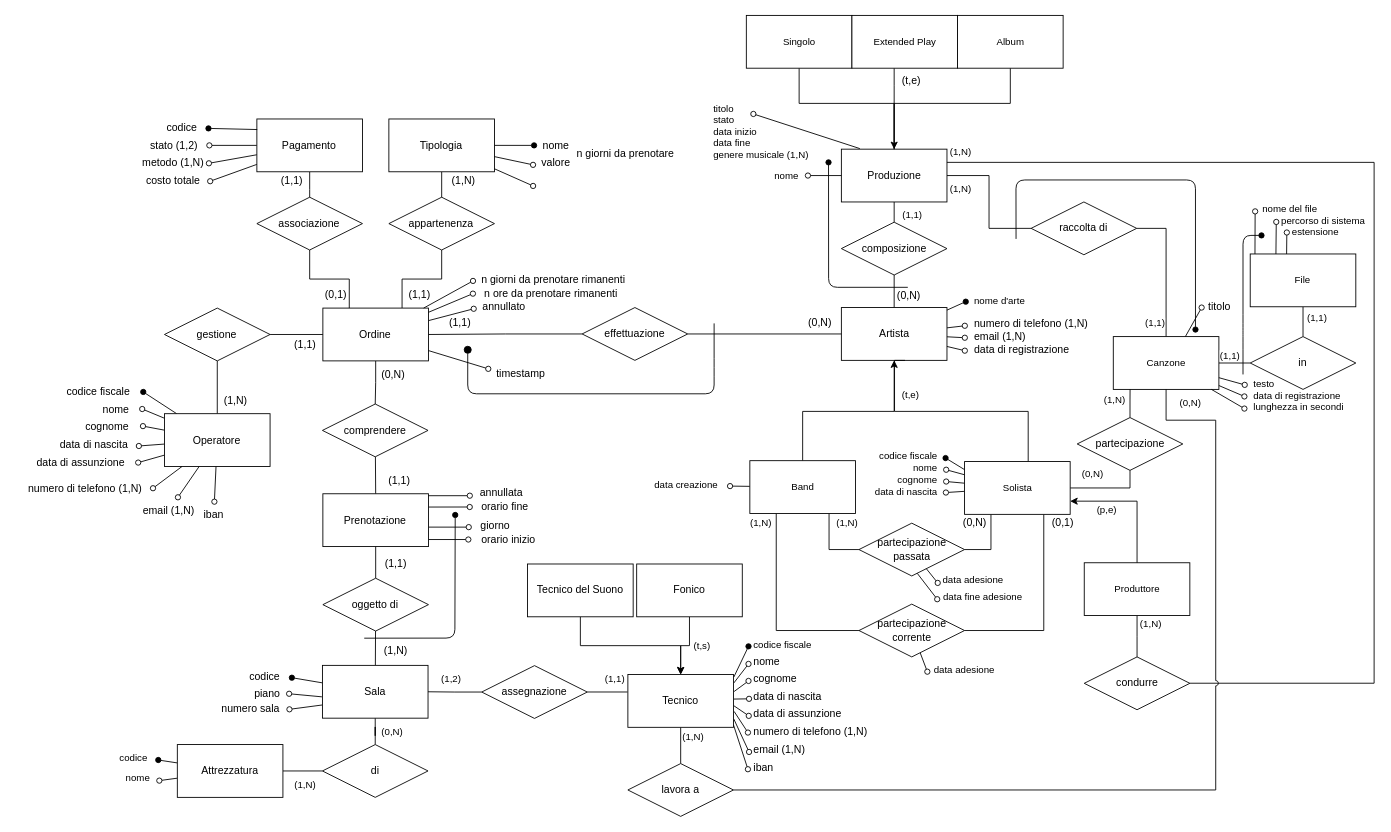
Above: Progetto/Schema/ER_Finale_Definitivo.drawio in Tremors3/GraboidStudio (draw.io), before the change. Source tidied: cells renumbered, new cells numbered last; positions are measured from the earlier drawing's top-left corner, leaving out a move shared by most shapes. Both pictures are drawn from the tidied source at 88%, with x=0, y=0 at pixel (14, 15).
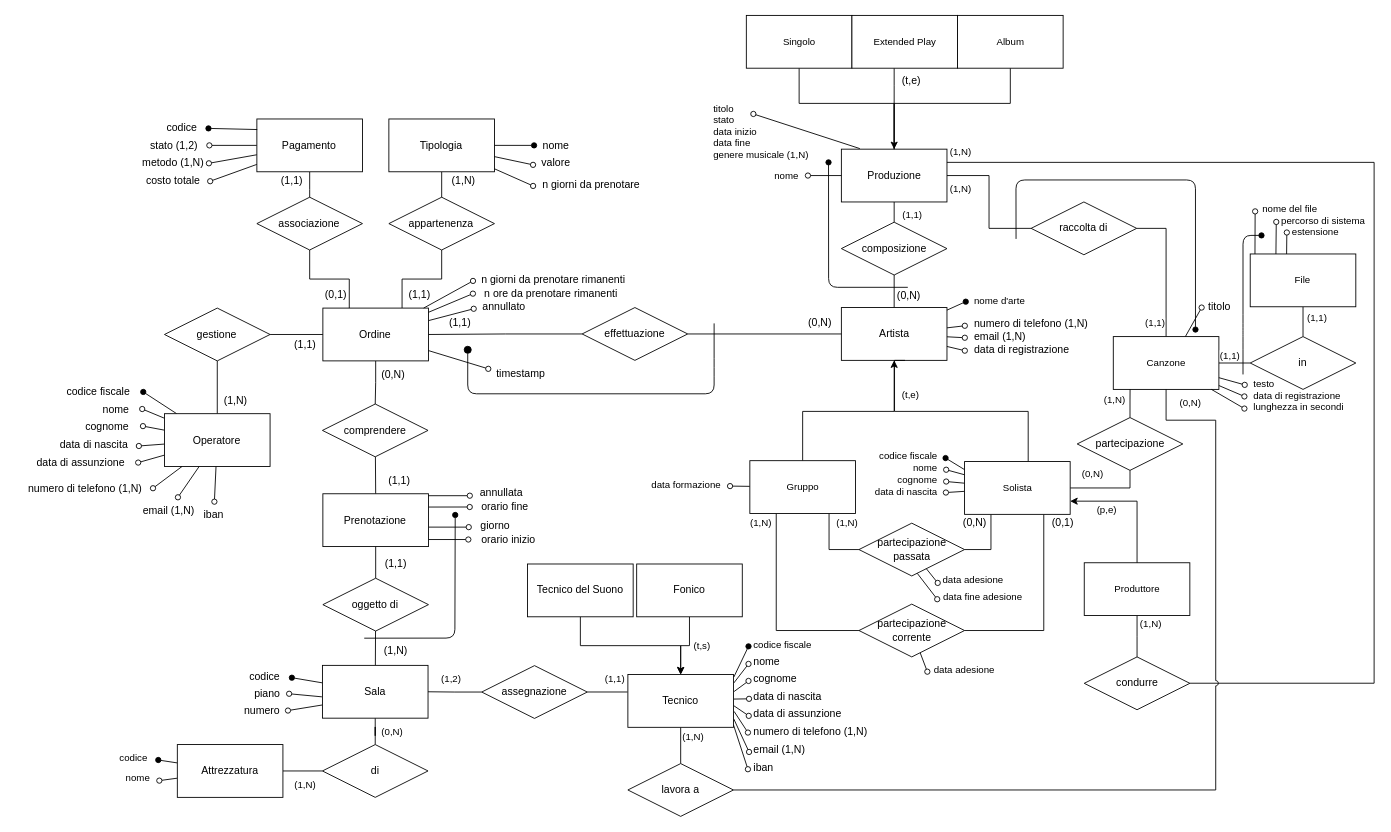
After the change.

The edit, as a diff of the source:
```diff
@@
     <mxCell id="70" value="n giorni da prenotare" style="text;html=1;align=center;verticalAlign=middle;strokeColor=none;fillColor=none;" parent="1" vertex="1">
-      <mxGeometry x="624" y="142" width="140" height="30" as="geometry" />
+      <mxGeometry x="585.4" y="177.7" width="140" height="30" as="geometry" />
     </mxCell>
@@
-    <mxCell id="90" value="numero sala" style="text;html=1;align=center;verticalAlign=middle;points=[];strokeColor=none;fillColor=none;" parent="1" vertex="1">
-      <mxGeometry x="223.4" y="773.4" width="90" height="30" as="geometry" />
+    <mxCell id="90" value="numero" style="text;html=1;align=center;verticalAlign=middle;points=[];strokeColor=none;fillColor=none;" parent="1" vertex="1">
+      <mxGeometry x="251.4" y="774.8" width="60" height="30" as="geometry" />
     </mxCell>
@@
-    <mxCell id="198" value="data creazione" style="text;html=1;align=center;verticalAlign=middle;points=[];strokeColor=none;fillColor=none;fontSize=11;fontFamily=Helvetica;fontColor=default;" parent="1" vertex="1">
+    <mxCell id="198" value="data formazione" style="text;html=1;align=center;verticalAlign=middle;points=[];strokeColor=none;fillColor=none;fontSize=11;fontFamily=Helvetica;fontColor=default;" parent="1" vertex="1">
       <mxGeometry x="713.1" y="519.2" width="100" height="30" as="geometry" />
     </mxCell>
@@
-    <mxCell id="203" value="Band" style="whiteSpace=wrap;html=1;fontFamily=Helvetica;fontSize=11;fontColor=default;labelBackgroundColor=default;" parent="1" vertex="1">
+    <mxCell id="203" value="Gruppo" style="whiteSpace=wrap;html=1;fontFamily=Helvetica;fontSize=11;fontColor=default;labelBackgroundColor=default;" parent="1" vertex="1">
       <mxGeometry x="835.6" y="506" width="120" height="60" as="geometry" />
     </mxCell>
```
